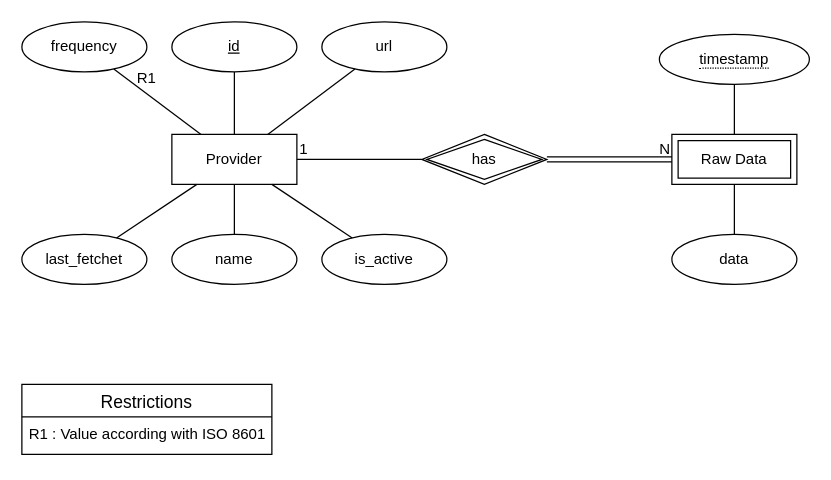
Above: page "EA" (1 of 2) of docs/Fetcher-diagrams.drawio in AGU-Data-System/Dynamic-Fetching-Scheduler (draw.io), before the change. Source tidied: cells renumbered, new cells numbered last; positions are measured from the earlier drawing's top-left corner, leaving out a move shared by most shapes. Both pictures are drawn from the tidied source at 125%, with x=0, y=0 at pixel (21, 21).
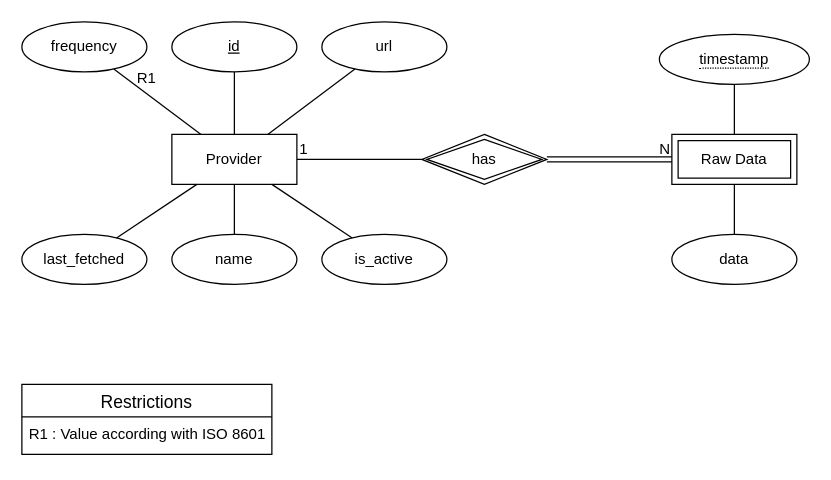
The same diagram, later.

Unchanged cells that the change refers to:
```xml
<mxCell id="4" style="group;" parent="1" vertex="1">
  <mxGeometry width="630" height="210" as="geometry" />
</mxCell>
```

Change to the diagram source:
```diff
@@
-    <mxCell id="10" value="last_fetchet" style="ellipse;whiteSpace=wrap;html=1;align=center;" parent="4" vertex="1">
+    <mxCell id="10" value="last_fetched" style="ellipse;whiteSpace=wrap;html=1;align=center;" parent="4" vertex="1">
       <mxGeometry y="170" width="100" height="40" as="geometry" />
     </mxCell>
```
